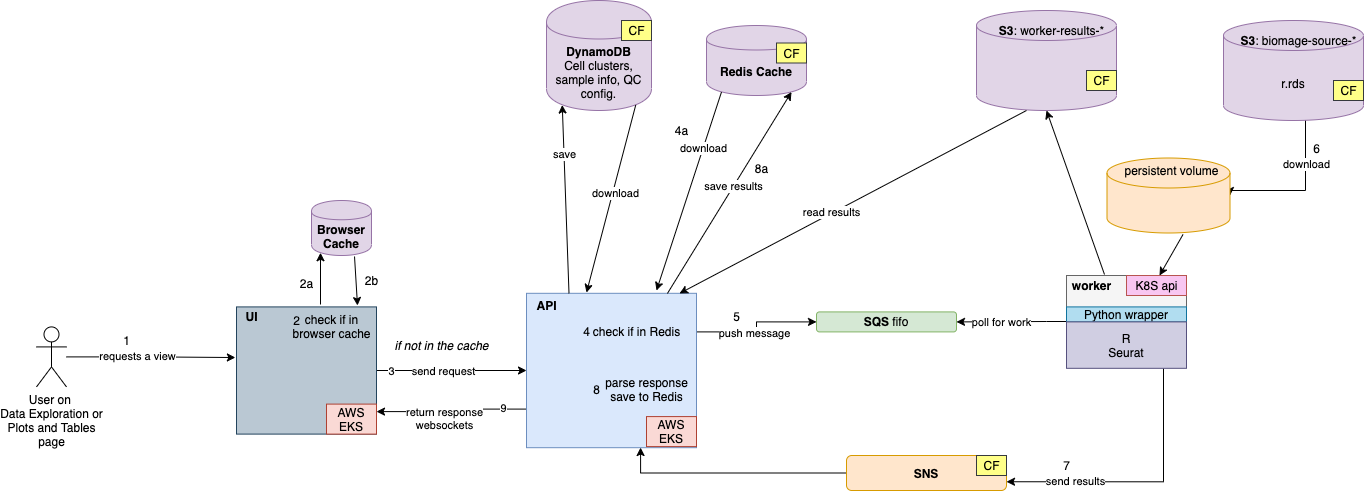
The draw.io diagram diagrams/DataExploration.png in hms-dbmi-cellenics/developer-docs, before a commit. Source tidied: cells renumbered, new cells last; positions are measured from the earlier drawing's top-left corner, leaving out a move shared by most shapes.
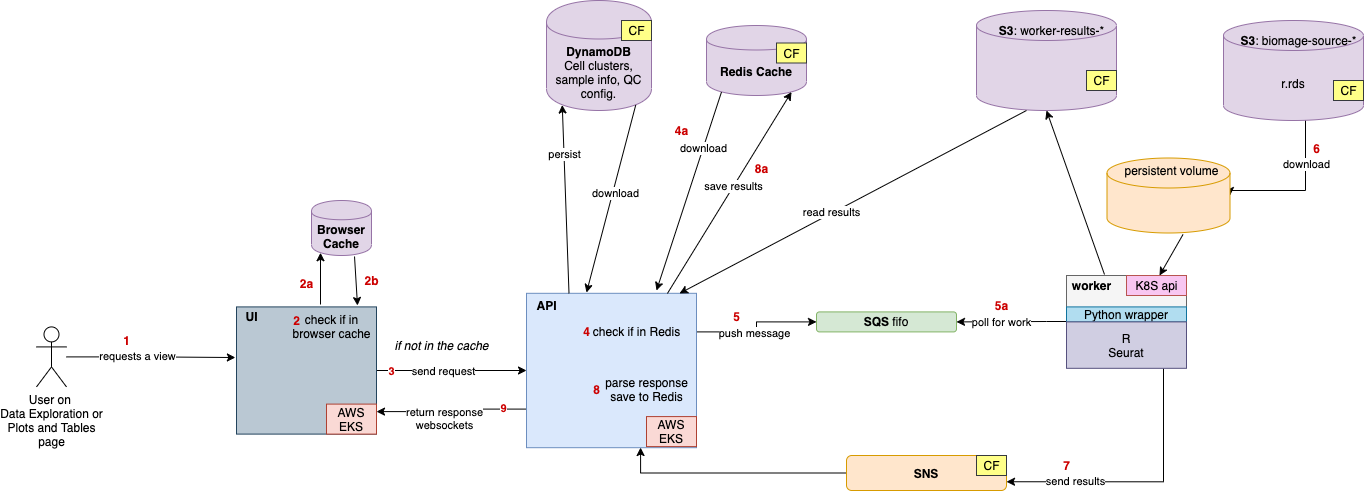
The same diagram one commit later.

Change to the diagram source:
```diff
@@ -10,7 +10,7 @@
         <mxPoint x="15" y="5" as="offset" />
       </mxGeometry>
     </mxCell>
-    <mxCell id="4" value="9" style="edgeLabel;html=1;align=center;verticalAlign=middle;" parent="2" vertex="1">
+    <mxCell id="4" value="&lt;font color=&quot;#cc0000&quot;&gt;&lt;b&gt;9&lt;/b&gt;&lt;/font&gt;" style="edgeLabel;html=1;align=center;verticalAlign=middle;" parent="2" vertex="1">
       <mxGeometry x="-0.7" y="-1" relative="1" as="geometry" />
     </mxCell>
     <mxCell id="5" style="edgeStyle=orthogonalEdgeStyle;rounded=0;jettySize=auto;html=1;exitX=1;exitY=0.25;exitDx=0;exitDy=0;entryX=0;entryY=0.5;entryDx=0;entryDy=0;" parent="1" edge="1" source="7" target="13">
@@ -33,7 +33,7 @@
         <mxPoint x="16" y="1" as="offset" />
       </mxGeometry>
     </mxCell>
-    <mxCell id="11" value="3" style="edgeLabel;html=1;align=center;verticalAlign=middle;" parent="9" vertex="1">
+    <mxCell id="11" value="&lt;font color=&quot;#cc0000&quot;&gt;&lt;b&gt;3&lt;/b&gt;&lt;/font&gt;" style="edgeLabel;html=1;align=center;verticalAlign=middle;" parent="9" vertex="1">
       <mxGeometry x="-0.8" relative="1" as="geometry" />
     </mxCell>
     <mxCell id="12" style="rounded=0;whiteSpace=wrap;html=1;fillColor=#bac8d3;strokeColor=#23445d;" parent="1" vertex="1">
@@ -219,7 +219,7 @@
     <mxCell id="62" style="endArrow=classic;html=1;entryX=0.15;entryY=0.95;entryDx=0;entryDy=0;entryPerimeter=0;exitX=0.25;exitY=0;exitDx=0;exitDy=0;" parent="1" edge="1" source="7" target="8">
       <mxGeometry relative="1" as="geometry" />
     </mxCell>
-    <mxCell id="63" value="save" style="edgeLabel;html=1;align=center;verticalAlign=middle;" parent="62" vertex="1">
+    <mxCell id="63" value="persist" style="edgeLabel;html=1;align=center;verticalAlign=middle;" parent="62" vertex="1">
       <mxGeometry x="0.47" relative="1" as="geometry" />
     </mxCell>
     <mxCell id="64" style="endArrow=classic;html=1;exitX=0.85;exitY=0.95;exitDx=0;exitDy=0;entryX=0.353;entryY=-0.005;entryDx=0;entryDy=0;entryPerimeter=0;exitPerimeter=0;" parent="1" edge="1" source="8" target="7">
@@ -228,16 +228,16 @@
     <mxCell id="65" value="download" style="edgeLabel;html=1;align=center;verticalAlign=middle;" parent="64" vertex="1">
       <mxGeometry x="-0.07" y="2" relative="1" as="geometry" />
     </mxCell>
-    <mxCell id="66" value="1" style="text;html=1;align=center;verticalAlign=middle;strokeColor=none;" parent="1" vertex="1">
+    <mxCell id="66" value="&lt;b&gt;&lt;font color=&quot;#cc0000&quot;&gt;1&lt;/font&gt;&lt;/b&gt;" style="text;html=1;align=center;verticalAlign=middle;strokeColor=none;" parent="1" vertex="1">
       <mxGeometry x="80" y="330" width="20" height="20" as="geometry" />
     </mxCell>
-    <mxCell id="67" value="2" style="text;html=1;align=center;verticalAlign=middle;strokeColor=none;" parent="1" vertex="1">
+    <mxCell id="67" value="&lt;font color=&quot;#cc0000&quot;&gt;&lt;b&gt;2&lt;/b&gt;&lt;/font&gt;" style="text;html=1;align=center;verticalAlign=middle;strokeColor=none;" parent="1" vertex="1">
       <mxGeometry x="250" y="310" width="20" height="20" as="geometry" />
     </mxCell>
-    <mxCell id="68" value="2a" style="text;html=1;align=center;verticalAlign=middle;strokeColor=none;" parent="1" vertex="1">
+    <mxCell id="68" value="&lt;b&gt;&lt;font color=&quot;#cc0000&quot;&gt;2a&lt;/font&gt;&lt;/b&gt;" style="text;html=1;align=center;verticalAlign=middle;strokeColor=none;" parent="1" vertex="1">
       <mxGeometry x="255" y="272.8" width="30" height="20" as="geometry" />
     </mxCell>
-    <mxCell id="69" value="2b" style="text;html=1;align=center;verticalAlign=middle;strokeColor=none;" parent="1" vertex="1">
+    <mxCell id="69" value="&lt;b&gt;&lt;font color=&quot;#cc0000&quot;&gt;2b&lt;/font&gt;&lt;/b&gt;" style="text;html=1;align=center;verticalAlign=middle;strokeColor=none;" parent="1" vertex="1">
       <mxGeometry x="320" y="270" width="30" height="20" as="geometry" />
     </mxCell>
     <mxCell id="70" value="&lt;i&gt;if not in the cache&lt;/i&gt;" style="text;html=1;align=center;verticalAlign=middle;strokeColor=none;" parent="1" vertex="1">
@@ -246,29 +246,32 @@
     <mxCell id="71" value="check if in Redis" style="text;html=1;align=center;verticalAlign=middle;strokeColor=none;" parent="1" vertex="1">
       <mxGeometry x="550" y="321.4" width="100" height="20" as="geometry" />
     </mxCell>
-    <mxCell id="72" value="4" style="text;html=1;align=center;verticalAlign=middle;strokeColor=none;" parent="1" vertex="1">
+    <mxCell id="72" value="&lt;font color=&quot;#cc0000&quot;&gt;&lt;b&gt;4&lt;/b&gt;&lt;/font&gt;" style="text;html=1;align=center;verticalAlign=middle;strokeColor=none;" parent="1" vertex="1">
       <mxGeometry x="540" y="321.4" width="20" height="20" as="geometry" />
     </mxCell>
-    <mxCell id="73" value="4a" style="text;html=1;align=center;verticalAlign=middle;strokeColor=none;" parent="1" vertex="1">
+    <mxCell id="73" value="&lt;font color=&quot;#cc0000&quot;&gt;&lt;b&gt;4a&lt;/b&gt;&lt;/font&gt;" style="text;html=1;align=center;verticalAlign=middle;strokeColor=none;" parent="1" vertex="1">
       <mxGeometry x="630" y="120" width="30" height="20" as="geometry" />
     </mxCell>
-    <mxCell id="74" value="5" style="text;html=1;align=center;verticalAlign=middle;strokeColor=none;" parent="1" vertex="1">
+    <mxCell id="74" value="&lt;font color=&quot;#cc0000&quot;&gt;&lt;b&gt;5&lt;/b&gt;&lt;/font&gt;" style="text;html=1;align=center;verticalAlign=middle;strokeColor=none;" parent="1" vertex="1">
       <mxGeometry x="690" y="306.4" width="20" height="20" as="geometry" />
     </mxCell>
-    <mxCell id="75" value="6" style="text;html=1;align=center;verticalAlign=middle;strokeColor=none;" parent="1" vertex="1">
+    <mxCell id="75" value="&lt;font color=&quot;#cc0000&quot;&gt;&lt;b&gt;6&lt;/b&gt;&lt;/font&gt;" style="text;html=1;align=center;verticalAlign=middle;strokeColor=none;" parent="1" vertex="1">
       <mxGeometry x="1270" y="137.5" width="20" height="20" as="geometry" />
     </mxCell>
-    <mxCell id="76" value="7" style="text;html=1;align=center;verticalAlign=middle;strokeColor=none;" parent="1" vertex="1">
+    <mxCell id="76" value="&lt;font color=&quot;#cc0000&quot;&gt;&lt;b&gt;7&lt;/b&gt;&lt;/font&gt;" style="text;html=1;align=center;verticalAlign=middle;strokeColor=none;" parent="1" vertex="1">
       <mxGeometry x="1020" y="455" width="20" height="20" as="geometry" />
     </mxCell>
     <mxCell id="77" value="parse response&lt;br&gt;save to Redis" style="text;html=1;align=center;verticalAlign=middle;strokeColor=none;" parent="1" vertex="1">
       <mxGeometry x="560" y="373.6" width="100" height="30" as="geometry" />
     </mxCell>
-    <mxCell id="78" value="8" style="text;html=1;align=center;verticalAlign=middle;strokeColor=none;" parent="1" vertex="1">
+    <mxCell id="78" value="&lt;font color=&quot;#cc0000&quot;&gt;&lt;b&gt;8&lt;/b&gt;&lt;/font&gt;" style="text;html=1;align=center;verticalAlign=middle;strokeColor=none;" parent="1" vertex="1">
       <mxGeometry x="550" y="378.6" width="20" height="20" as="geometry" />
     </mxCell>
-    <mxCell id="79" value="8a" style="text;html=1;align=center;verticalAlign=middle;strokeColor=none;" parent="1" vertex="1">
+    <mxCell id="79" value="&lt;font color=&quot;#cc0000&quot;&gt;&lt;b&gt;8a&lt;/b&gt;&lt;/font&gt;" style="text;html=1;align=center;verticalAlign=middle;strokeColor=none;" parent="1" vertex="1">
       <mxGeometry x="710" y="157.5" width="30" height="20" as="geometry" />
     </mxCell>
+    <mxCell id="80" value="&lt;font color=&quot;#cc0000&quot;&gt;&lt;b&gt;5a&lt;/b&gt;&lt;/font&gt;" style="text;html=1;align=center;verticalAlign=middle;strokeColor=none;" parent="1" vertex="1">
+      <mxGeometry x="950" y="295" width="30" height="20" as="geometry" />
+    </mxCell>
   </root>
 </mxGraphModel>
```
